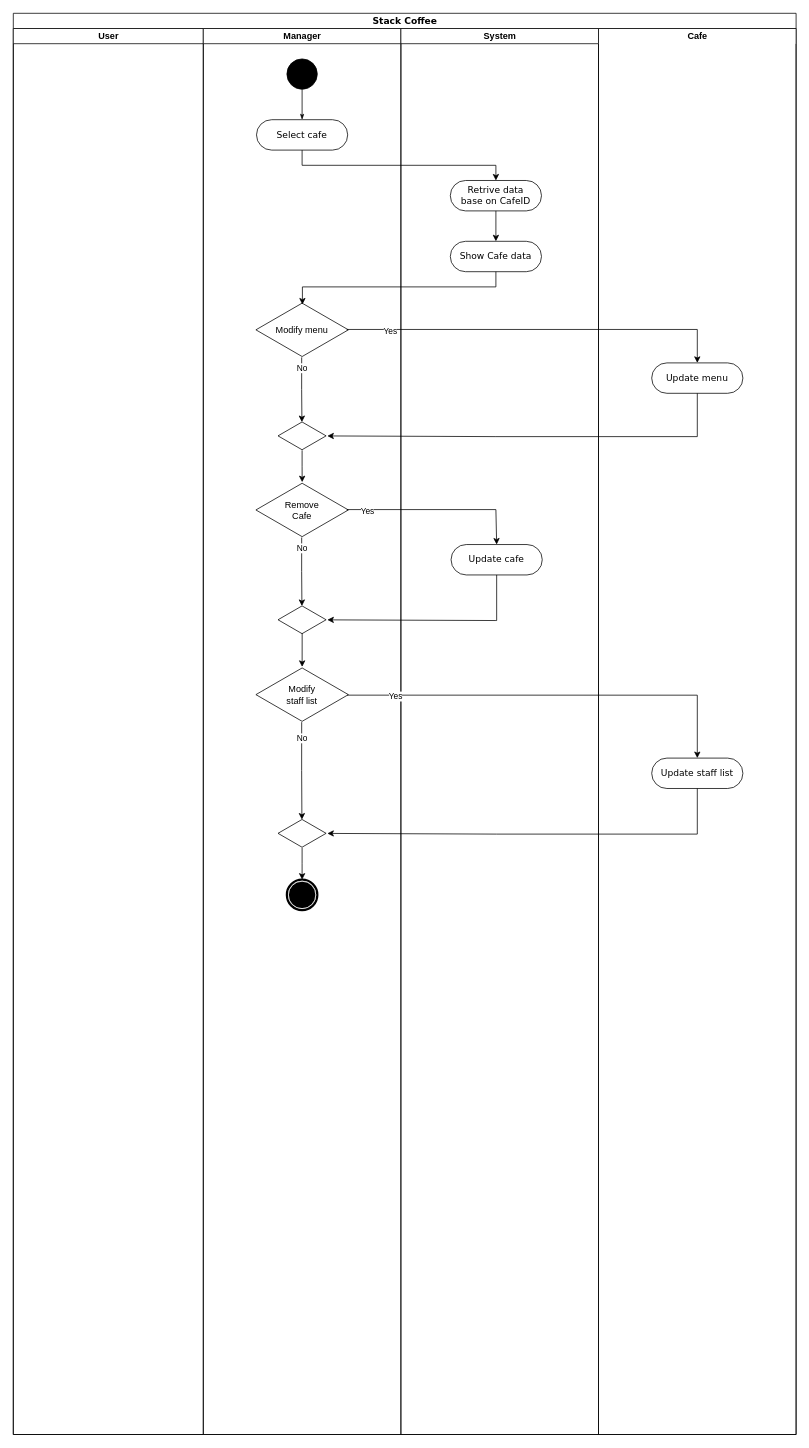
Abcdavid00/Cafe-Management-Application keeps this draw.io diagram as page "CheckCafe" (5 of 6) of Diagrams/ActivityDiagram.drawio. Above is the earlier version. Source tidied: cells renumbered, new cells numbered last; positions are measured from the earlier drawing's top-left corner, leaving out a move shared by most shapes. Both pictures are drawn from the tidied source at 76%, with x=0, y=0 at pixel (13, 13).
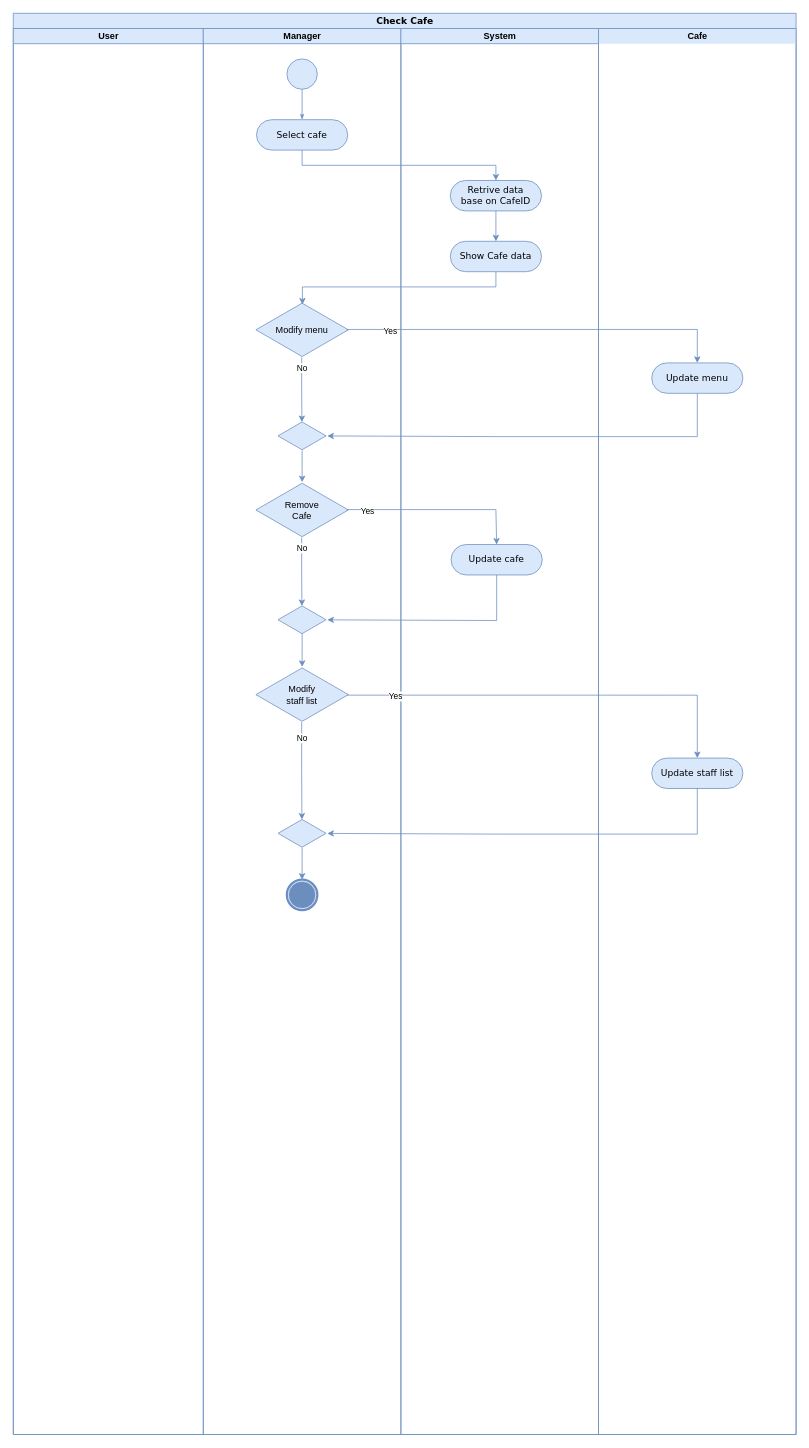
After the change.

Change to the diagram source:
```diff
@@
-    <mxCell id="2" value="Stack Coffee" style="swimlane;html=1;startSize=20;rounded=0;shadow=0;comic=0;labelBackgroundColor=none;strokeWidth=1;fontFamily=Verdana;fontSize=12;align=center;" parent="1" vertex="1">
+    <mxCell id="2" value="Check Cafe" style="swimlane;html=1;startSize=20;rounded=0;shadow=0;comic=0;labelBackgroundColor=none;strokeWidth=1;fontFamily=Verdana;fontSize=12;align=center;fillColor=#dae8fc;strokeColor=#6c8ebf;" parent="1" vertex="1">
       <mxGeometry width="1030" height="1870" as="geometry" />
     </mxCell>
-    <mxCell id="3" value="User" style="swimlane;html=1;startSize=20;" parent="2" vertex="1">
+    <mxCell id="3" value="User" style="swimlane;html=1;startSize=20;fillColor=#dae8fc;strokeColor=#6c8ebf;" parent="2" vertex="1">
       <mxGeometry y="20" width="250" height="1850" as="geometry" />
     </mxCell>
-    <mxCell id="4" value="Manager" style="swimlane;html=1;startSize=20;" parent="2" vertex="1">
+    <mxCell id="4" value="Manager" style="swimlane;html=1;startSize=20;fillColor=#dae8fc;strokeColor=#6c8ebf;" parent="2" vertex="1">
       <mxGeometry x="250" y="20" width="260" height="1850" as="geometry" />
     </mxCell>
-    <mxCell id="5" style="ellipse;whiteSpace=wrap;html=1;rounded=0;shadow=0;comic=0;labelBackgroundColor=none;strokeWidth=1;fillColor=#000000;fontFamily=Verdana;fontSize=12;align=center;" parent="4" vertex="1">
+    <mxCell id="5" style="ellipse;whiteSpace=wrap;html=1;rounded=0;shadow=0;comic=0;labelBackgroundColor=none;strokeWidth=1;fillColor=#dae8fc;fontFamily=Verdana;fontSize=12;align=center;strokeColor=#6c8ebf;" parent="4" vertex="1">
       <mxGeometry x="110" y="40" width="40" height="40" as="geometry" />
     </mxCell>
-    <mxCell id="6" style="edgeStyle=orthogonalEdgeStyle;rounded=0;html=1;labelBackgroundColor=none;startArrow=none;startFill=0;startSize=5;endArrow=classicThin;endFill=1;endSize=5;jettySize=auto;strokeWidth=1;fontFamily=Verdana;fontSize=12;entryX=0.5;entryY=0;entryDx=0;entryDy=0;" parent="4" edge="1" source="5" target="7">
+    <mxCell id="6" style="edgeStyle=orthogonalEdgeStyle;rounded=0;html=1;labelBackgroundColor=none;startArrow=none;startFill=0;startSize=5;endArrow=classicThin;endFill=1;endSize=5;jettySize=auto;strokeWidth=1;fontFamily=Verdana;fontSize=12;entryX=0.5;entryY=0;entryDx=0;entryDy=0;fillColor=#dae8fc;strokeColor=#6c8ebf;" parent="4" edge="1" source="5" target="7">
       <mxGeometry relative="1" as="geometry" />
     </mxCell>
-    <mxCell id="7" value="Select cafe" style="rounded=1;whiteSpace=wrap;html=1;shadow=0;comic=0;labelBackgroundColor=none;strokeWidth=1;fontFamily=Verdana;fontSize=12;align=center;arcSize=50;" parent="4" vertex="1">
+    <mxCell id="7" value="Select cafe" style="rounded=1;whiteSpace=wrap;html=1;shadow=0;comic=0;labelBackgroundColor=none;strokeWidth=1;fontFamily=Verdana;fontSize=12;align=center;arcSize=50;fillColor=#dae8fc;strokeColor=#6c8ebf;" parent="4" vertex="1">
       <mxGeometry x="70" y="120" width="120" height="40" as="geometry" />
     </mxCell>
-    <mxCell id="8" value="Modify menu" style="html=1;whiteSpace=wrap;shape=isoRectangle;" parent="4" vertex="1">
+    <mxCell id="8" value="Modify menu" style="html=1;whiteSpace=wrap;shape=isoRectangle;fillColor=#dae8fc;strokeColor=#6c8ebf;" parent="4" vertex="1">
       <mxGeometry x="69.2" y="360" width="121.7" height="73" as="geometry" />
     </mxCell>
-    <mxCell id="9" style="html=1;whiteSpace=wrap;shape=isoRectangle;" parent="4" vertex="1">
+    <mxCell id="9" style="html=1;whiteSpace=wrap;shape=isoRectangle;fillColor=#dae8fc;strokeColor=#6c8ebf;" parent="4" vertex="1">
       <mxGeometry x="98.3" y="517" width="63.3" height="38" as="geometry" />
     </mxCell>
-    <mxCell id="10" style="edgeStyle=orthogonalEdgeStyle;rounded=0;jettySize=auto;html=1;exitX=0.495;exitY=0.996;exitDx=0;exitDy=0;entryX=0.497;entryY=0.023;entryDx=0;entryDy=0;entryPerimeter=0;exitPerimeter=0;" parent="4" edge="1" source="8" target="9">
+    <mxCell id="10" style="edgeStyle=orthogonalEdgeStyle;rounded=0;jettySize=auto;html=1;exitX=0.495;exitY=0.996;exitDx=0;exitDy=0;entryX=0.497;entryY=0.023;entryDx=0;entryDy=0;entryPerimeter=0;exitPerimeter=0;fillColor=#dae8fc;strokeColor=#6c8ebf;" parent="4" edge="1" source="8" target="9">
       <mxGeometry relative="1" as="geometry" />
     </mxCell>
@@
-    <mxCell id="12" style="edgeStyle=orthogonalEdgeStyle;rounded=0;jettySize=auto;html=1;" parent="4" edge="1" source="9" target="13">
+    <mxCell id="12" style="edgeStyle=orthogonalEdgeStyle;rounded=0;jettySize=auto;html=1;fillColor=#dae8fc;strokeColor=#6c8ebf;" parent="4" edge="1" source="9" target="13">
       <mxGeometry relative="1" as="geometry" />
     </mxCell>
-    <mxCell id="13" value="Remove&lt;br&gt;Cafe" style="html=1;whiteSpace=wrap;shape=isoRectangle;" parent="4" vertex="1">
+    <mxCell id="13" value="Remove&lt;br&gt;Cafe" style="html=1;whiteSpace=wrap;shape=isoRectangle;fillColor=#dae8fc;strokeColor=#6c8ebf;" parent="4" vertex="1">
       <mxGeometry x="69.2" y="597" width="121.7" height="73" as="geometry" />
     </mxCell>
-    <mxCell id="14" style="html=1;whiteSpace=wrap;shape=isoRectangle;" parent="4" vertex="1">
+    <mxCell id="14" style="html=1;whiteSpace=wrap;shape=isoRectangle;fillColor=#dae8fc;strokeColor=#6c8ebf;" parent="4" vertex="1">
       <mxGeometry x="98.3" y="759" width="63.3" height="38" as="geometry" />
     </mxCell>
-    <mxCell id="15" style="edgeStyle=orthogonalEdgeStyle;rounded=0;jettySize=auto;html=1;exitX=0.495;exitY=0.996;exitDx=0;exitDy=0;entryX=0.497;entryY=0.023;entryDx=0;entryDy=0;entryPerimeter=0;exitPerimeter=0;" parent="4" edge="1" source="13" target="14">
+    <mxCell id="15" style="edgeStyle=orthogonalEdgeStyle;rounded=0;jettySize=auto;html=1;exitX=0.495;exitY=0.996;exitDx=0;exitDy=0;entryX=0.497;entryY=0.023;entryDx=0;entryDy=0;entryPerimeter=0;exitPerimeter=0;fillColor=#dae8fc;strokeColor=#6c8ebf;" parent="4" edge="1" source="13" target="14">
       <mxGeometry relative="1" as="geometry" />
     </mxCell>
@@
-    <mxCell id="17" style="edgeStyle=orthogonalEdgeStyle;rounded=0;jettySize=auto;html=1;exitX=0.502;exitY=0.963;exitDx=0;exitDy=0;exitPerimeter=0;entryX=0.5;entryY=0;entryDx=0;entryDy=0;entryPerimeter=0;" parent="4" edge="1" source="14" target="18">
+    <mxCell id="17" style="edgeStyle=orthogonalEdgeStyle;rounded=0;jettySize=auto;html=1;exitX=0.502;exitY=0.963;exitDx=0;exitDy=0;exitPerimeter=0;entryX=0.5;entryY=0;entryDx=0;entryDy=0;entryPerimeter=0;fillColor=#dae8fc;strokeColor=#6c8ebf;" parent="4" edge="1" source="14" target="18">
       <mxGeometry relative="1" as="geometry" />
     </mxCell>
-    <mxCell id="18" value="Modify&lt;br&gt;staff list" style="html=1;whiteSpace=wrap;shape=isoRectangle;" parent="4" vertex="1">
+    <mxCell id="18" value="Modify&lt;br&gt;staff list" style="html=1;whiteSpace=wrap;shape=isoRectangle;fillColor=#dae8fc;strokeColor=#6c8ebf;" parent="4" vertex="1">
       <mxGeometry x="69.2" y="840" width="121.7" height="73" as="geometry" />
     </mxCell>
-    <mxCell id="19" style="html=1;whiteSpace=wrap;shape=isoRectangle;" parent="4" vertex="1">
+    <mxCell id="19" style="html=1;whiteSpace=wrap;shape=isoRectangle;fillColor=#dae8fc;strokeColor=#6c8ebf;" parent="4" vertex="1">
       <mxGeometry x="98.3" y="1040" width="63.3" height="38" as="geometry" />
     </mxCell>
-    <mxCell id="20" style="edgeStyle=orthogonalEdgeStyle;rounded=0;jettySize=auto;html=1;exitX=0.495;exitY=0.996;exitDx=0;exitDy=0;entryX=0.497;entryY=0.023;entryDx=0;entryDy=0;entryPerimeter=0;exitPerimeter=0;" parent="4" edge="1" source="18" target="19">
+    <mxCell id="20" style="edgeStyle=orthogonalEdgeStyle;rounded=0;jettySize=auto;html=1;exitX=0.495;exitY=0.996;exitDx=0;exitDy=0;entryX=0.497;entryY=0.023;entryDx=0;entryDy=0;entryPerimeter=0;exitPerimeter=0;fillColor=#dae8fc;strokeColor=#6c8ebf;" parent="4" edge="1" source="18" target="19">
       <mxGeometry relative="1" as="geometry" />
     </mxCell>
@@
-    <mxCell id="22" style="edgeStyle=orthogonalEdgeStyle;rounded=0;jettySize=auto;html=1;entryX=0.5;entryY=0;entryDx=0;entryDy=0;" parent="4" edge="1" source="19" target="23">
+    <mxCell id="22" style="edgeStyle=orthogonalEdgeStyle;rounded=0;jettySize=auto;html=1;entryX=0.5;entryY=0;entryDx=0;entryDy=0;fillColor=#dae8fc;strokeColor=#6c8ebf;" parent="4" edge="1" source="19" target="23">
       <mxGeometry relative="1" as="geometry" />
     </mxCell>
-    <mxCell id="23" style="shape=mxgraph.bpmn.shape;html=1;verticalLabelPosition=bottom;labelBackgroundColor=#ffffff;verticalAlign=top;perimeter=ellipsePerimeter;outline=end;symbol=terminate;rounded=0;shadow=0;comic=0;strokeWidth=1;fontFamily=Verdana;fontSize=12;align=center;" parent="4" vertex="1">
+    <mxCell id="23" style="shape=mxgraph.bpmn.shape;html=1;verticalLabelPosition=bottom;labelBackgroundColor=#ffffff;verticalAlign=top;perimeter=ellipsePerimeter;outline=end;symbol=terminate;rounded=0;shadow=0;comic=0;strokeWidth=1;fontFamily=Verdana;fontSize=12;align=center;fillColor=#dae8fc;strokeColor=#6c8ebf;" parent="4" vertex="1">
       <mxGeometry x="110" y="1120" width="40" height="40" as="geometry" />
     </mxCell>
-    <mxCell id="24" value="System" style="swimlane;html=1;startSize=20;direction=east;" parent="2" vertex="1">
+    <mxCell id="24" value="System" style="swimlane;html=1;startSize=20;direction=east;fillColor=#dae8fc;strokeColor=#6c8ebf;" parent="2" vertex="1">
       <mxGeometry x="510" y="20" width="260" height="1850" as="geometry" />
     </mxCell>
-    <mxCell id="25" value="Retrive data&lt;br&gt;base on CafeID" style="rounded=1;whiteSpace=wrap;html=1;shadow=0;comic=0;labelBackgroundColor=none;strokeWidth=1;fontFamily=Verdana;fontSize=12;align=center;arcSize=50;" parent="24" vertex="1">
+    <mxCell id="25" value="Retrive data&lt;br&gt;base on CafeID" style="rounded=1;whiteSpace=wrap;html=1;shadow=0;comic=0;labelBackgroundColor=none;strokeWidth=1;fontFamily=Verdana;fontSize=12;align=center;arcSize=50;fillColor=#dae8fc;strokeColor=#6c8ebf;" parent="24" vertex="1">
       <mxGeometry x="65" y="200" width="120" height="40" as="geometry" />
     </mxCell>
-    <mxCell id="26" value="Show Cafe data" style="rounded=1;whiteSpace=wrap;html=1;shadow=0;comic=0;labelBackgroundColor=none;strokeWidth=1;fontFamily=Verdana;fontSize=12;align=center;arcSize=50;" parent="24" vertex="1">
+    <mxCell id="26" value="Show Cafe data" style="rounded=1;whiteSpace=wrap;html=1;shadow=0;comic=0;labelBackgroundColor=none;strokeWidth=1;fontFamily=Verdana;fontSize=12;align=center;arcSize=50;fillColor=#dae8fc;strokeColor=#6c8ebf;" parent="24" vertex="1">
       <mxGeometry x="65" y="280" width="120" height="40" as="geometry" />
     </mxCell>
-    <mxCell id="27" style="edgeStyle=orthogonalEdgeStyle;rounded=0;jettySize=auto;html=1;exitX=0.5;exitY=1;exitDx=0;exitDy=0;entryX=0.5;entryY=0;entryDx=0;entryDy=0;" parent="24" edge="1" source="25" target="26">
+    <mxCell id="27" style="edgeStyle=orthogonalEdgeStyle;rounded=0;jettySize=auto;html=1;exitX=0.5;exitY=1;exitDx=0;exitDy=0;entryX=0.5;entryY=0;entryDx=0;entryDy=0;fillColor=#dae8fc;strokeColor=#6c8ebf;" parent="24" edge="1" source="25" target="26">
       <mxGeometry relative="1" as="geometry" />
     </mxCell>
-    <mxCell id="28" value="Update cafe" style="rounded=1;whiteSpace=wrap;html=1;shadow=0;comic=0;labelBackgroundColor=none;strokeWidth=1;fontFamily=Verdana;fontSize=12;align=center;arcSize=50;" parent="24" vertex="1">
+    <mxCell id="28" value="Update cafe" style="rounded=1;whiteSpace=wrap;html=1;shadow=0;comic=0;labelBackgroundColor=none;strokeWidth=1;fontFamily=Verdana;fontSize=12;align=center;arcSize=50;fillColor=#dae8fc;strokeColor=#6c8ebf;" parent="24" vertex="1">
       <mxGeometry x="66" y="679" width="120" height="40" as="geometry" />
     </mxCell>
-    <mxCell id="29" value="Cafe" style="swimlane;html=1;startSize=20;direction=east;swimlaneLine=0;" parent="2" vertex="1">
+    <mxCell id="29" value="Cafe" style="swimlane;html=1;startSize=20;direction=east;swimlaneLine=0;fillColor=#dae8fc;strokeColor=#6c8ebf;" parent="2" vertex="1">
       <mxGeometry x="770" y="20" width="260" height="1850" as="geometry" />
     </mxCell>
-    <mxCell id="30" value="Update menu" style="rounded=1;whiteSpace=wrap;html=1;shadow=0;comic=0;labelBackgroundColor=none;strokeWidth=1;fontFamily=Verdana;fontSize=12;align=center;arcSize=50;" parent="29" vertex="1">
+    <mxCell id="30" value="Update menu" style="rounded=1;whiteSpace=wrap;html=1;shadow=0;comic=0;labelBackgroundColor=none;strokeWidth=1;fontFamily=Verdana;fontSize=12;align=center;arcSize=50;fillColor=#dae8fc;strokeColor=#6c8ebf;" parent="29" vertex="1">
       <mxGeometry x="70" y="440" width="120" height="40" as="geometry" />
     </mxCell>
-    <mxCell id="31" value="Update staff list" style="rounded=1;whiteSpace=wrap;html=1;shadow=0;comic=0;labelBackgroundColor=none;strokeWidth=1;fontFamily=Verdana;fontSize=12;align=center;arcSize=50;" parent="29" vertex="1">
+    <mxCell id="31" value="Update staff list" style="rounded=1;whiteSpace=wrap;html=1;shadow=0;comic=0;labelBackgroundColor=none;strokeWidth=1;fontFamily=Verdana;fontSize=12;align=center;arcSize=50;fillColor=#dae8fc;strokeColor=#6c8ebf;" parent="29" vertex="1">
       <mxGeometry x="70" y="960" width="120" height="40" as="geometry" />
     </mxCell>
-    <mxCell id="32" style="edgeStyle=orthogonalEdgeStyle;rounded=0;jettySize=auto;html=1;exitX=0.5;exitY=1;exitDx=0;exitDy=0;entryX=0.5;entryY=0;entryDx=0;entryDy=0;" parent="2" edge="1" source="7" target="25">
+    <mxCell id="32" style="edgeStyle=orthogonalEdgeStyle;rounded=0;jettySize=auto;html=1;exitX=0.5;exitY=1;exitDx=0;exitDy=0;entryX=0.5;entryY=0;entryDx=0;entryDy=0;fillColor=#dae8fc;strokeColor=#6c8ebf;" parent="2" edge="1" source="7" target="25">
       <mxGeometry relative="1" as="geometry" />
     </mxCell>
-    <mxCell id="33" style="edgeStyle=orthogonalEdgeStyle;rounded=0;jettySize=auto;html=1;exitX=0.985;exitY=0.509;exitDx=0;exitDy=0;exitPerimeter=0;entryX=0.5;entryY=0;entryDx=0;entryDy=0;" parent="2" edge="1" source="8" target="30">
+    <mxCell id="33" style="edgeStyle=orthogonalEdgeStyle;rounded=0;jettySize=auto;html=1;exitX=0.985;exitY=0.509;exitDx=0;exitDy=0;exitPerimeter=0;entryX=0.5;entryY=0;entryDx=0;entryDy=0;fillColor=#dae8fc;strokeColor=#6c8ebf;" parent="2" edge="1" source="8" target="30">
       <mxGeometry relative="1" as="geometry">
         <Array as="points">
           <mxPoint x="439" y="416" />
           <mxPoint x="900" y="416" />
         </Array>
       </mxGeometry>
     </mxCell>
@@
-    <mxCell id="35" style="edgeStyle=orthogonalEdgeStyle;rounded=0;jettySize=auto;html=1;entryX=1.025;entryY=0.503;entryDx=0;entryDy=0;entryPerimeter=0;exitX=0.5;exitY=1;exitDx=0;exitDy=0;" parent="2" edge="1" source="30" target="9">
+    <mxCell id="35" style="edgeStyle=orthogonalEdgeStyle;rounded=0;jettySize=auto;html=1;entryX=1.025;entryY=0.503;entryDx=0;entryDy=0;entryPerimeter=0;exitX=0.5;exitY=1;exitDx=0;exitDy=0;fillColor=#dae8fc;strokeColor=#6c8ebf;" parent="2" edge="1" source="30" target="9">
       <mxGeometry relative="1" as="geometry">
         <Array as="points">
           <mxPoint x="635" y="557" />
           <mxPoint x="413" y="557" />
         </Array>
       </mxGeometry>
     </mxCell>
-    <mxCell id="36" style="edgeStyle=orthogonalEdgeStyle;rounded=0;jettySize=auto;html=1;exitX=0.5;exitY=1;exitDx=0;exitDy=0;entryX=0.503;entryY=0.044;entryDx=0;entryDy=0;entryPerimeter=0;" parent="2" edge="1" source="26" target="8">
+    <mxCell id="36" style="edgeStyle=orthogonalEdgeStyle;rounded=0;jettySize=auto;html=1;exitX=0.5;exitY=1;exitDx=0;exitDy=0;entryX=0.503;entryY=0.044;entryDx=0;entryDy=0;entryPerimeter=0;fillColor=#dae8fc;strokeColor=#6c8ebf;" parent="2" edge="1" source="26" target="8">
       <mxGeometry relative="1" as="geometry" />
     </mxCell>
-    <mxCell id="37" style="edgeStyle=orthogonalEdgeStyle;rounded=0;jettySize=auto;html=1;exitX=0.985;exitY=0.509;exitDx=0;exitDy=0;exitPerimeter=0;entryX=0.5;entryY=0;entryDx=0;entryDy=0;" parent="2" edge="1" source="13" target="28">
+    <mxCell id="37" style="edgeStyle=orthogonalEdgeStyle;rounded=0;jettySize=auto;html=1;exitX=0.985;exitY=0.509;exitDx=0;exitDy=0;exitPerimeter=0;entryX=0.5;entryY=0;entryDx=0;entryDy=0;fillColor=#dae8fc;strokeColor=#6c8ebf;" parent="2" edge="1" source="13" target="28">
       <mxGeometry relative="1" as="geometry">
         <Array as="points">
           <mxPoint x="439" y="653" />
           <mxPoint x="635" y="653" />
         </Array>
       </mxGeometry>
     </mxCell>
@@
-    <mxCell id="39" style="edgeStyle=orthogonalEdgeStyle;rounded=0;jettySize=auto;html=1;entryX=1.025;entryY=0.503;entryDx=0;entryDy=0;entryPerimeter=0;exitX=0.5;exitY=1;exitDx=0;exitDy=0;" parent="2" edge="1" source="28" target="14">
+    <mxCell id="39" style="edgeStyle=orthogonalEdgeStyle;rounded=0;jettySize=auto;html=1;entryX=1.025;entryY=0.503;entryDx=0;entryDy=0;entryPerimeter=0;exitX=0.5;exitY=1;exitDx=0;exitDy=0;fillColor=#dae8fc;strokeColor=#6c8ebf;" parent="2" edge="1" source="28" target="14">
       <mxGeometry relative="1" as="geometry">
         <Array as="points">
           <mxPoint x="636" y="799" />
           <mxPoint x="635" y="799" />
         </Array>
       </mxGeometry>
     </mxCell>
-    <mxCell id="40" style="edgeStyle=orthogonalEdgeStyle;rounded=0;jettySize=auto;html=1;exitX=0.985;exitY=0.509;exitDx=0;exitDy=0;exitPerimeter=0;entryX=0.5;entryY=0;entryDx=0;entryDy=0;" parent="2" edge="1" source="18" target="31">
+    <mxCell id="40" style="edgeStyle=orthogonalEdgeStyle;rounded=0;jettySize=auto;html=1;exitX=0.985;exitY=0.509;exitDx=0;exitDy=0;exitPerimeter=0;entryX=0.5;entryY=0;entryDx=0;entryDy=0;fillColor=#dae8fc;strokeColor=#6c8ebf;" parent="2" edge="1" source="18" target="31">
       <mxGeometry relative="1" as="geometry">
         <Array as="points">
           <mxPoint x="900" y="897" />
         </Array>
       </mxGeometry>
     </mxCell>
@@
-    <mxCell id="42" style="edgeStyle=orthogonalEdgeStyle;rounded=0;jettySize=auto;html=1;entryX=1.025;entryY=0.503;entryDx=0;entryDy=0;entryPerimeter=0;exitX=0.5;exitY=1;exitDx=0;exitDy=0;" parent="2" edge="1" source="31" target="19">
+    <mxCell id="42" style="edgeStyle=orthogonalEdgeStyle;rounded=0;jettySize=auto;html=1;entryX=1.025;entryY=0.503;entryDx=0;entryDy=0;entryPerimeter=0;exitX=0.5;exitY=1;exitDx=0;exitDy=0;fillColor=#dae8fc;strokeColor=#6c8ebf;" parent="2" edge="1" source="31" target="19">
       <mxGeometry relative="1" as="geometry">
         <Array as="points">
           <mxPoint x="636" y="1080" />
           <mxPoint x="413" y="1080" />
         </Array>
       </mxGeometry>
     </mxCell>
```
